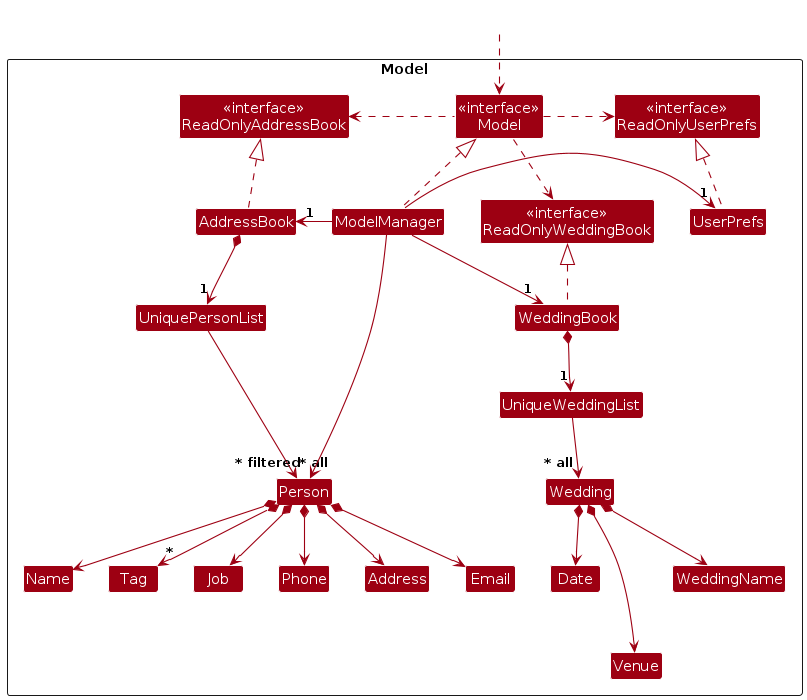
Earlier version of the PlantUML export diagrams/ModelClassDiagram.png (AY2425S1-CS2103T-W13-4/tp). Its source is kept beside it as diagrams/ModelClassDiagram.puml.
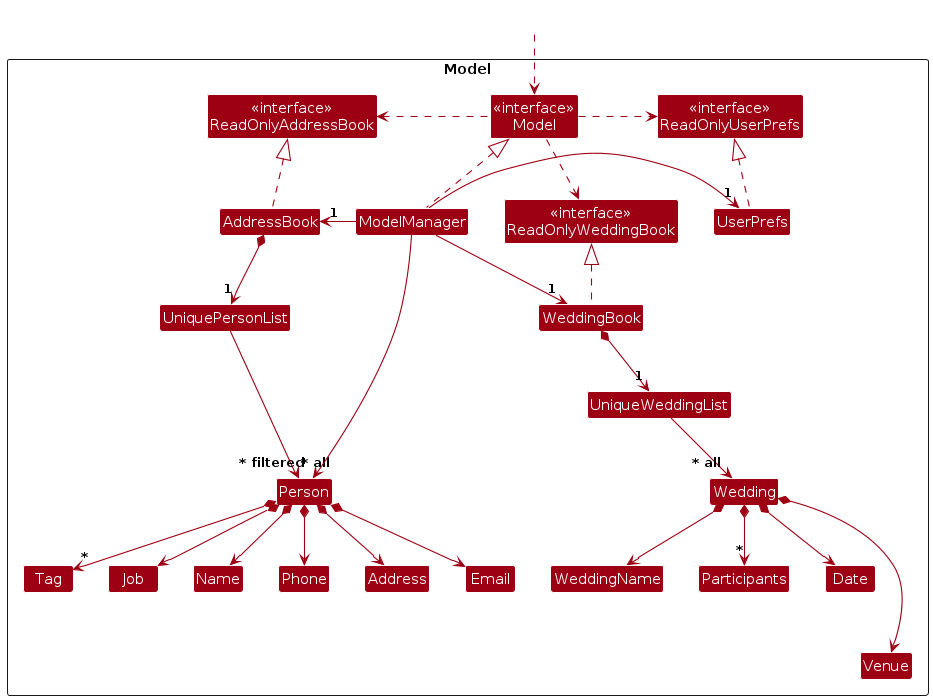
The same diagram one commit later.

Change to the diagram source:
```diff
@@ -28,6 +28,7 @@
 Class Date
 Class Venue
 Class WeddingName
+Class Participants
 
 Class I #FFFFFF
 }
@@ -67,6 +68,7 @@
 Wedding *--> WeddingName
 Wedding *--> Date
 Wedding *---> Venue
+Wedding *--> "*" Participants
 
 ModelManager --> "~* filtered" Person
 
```
